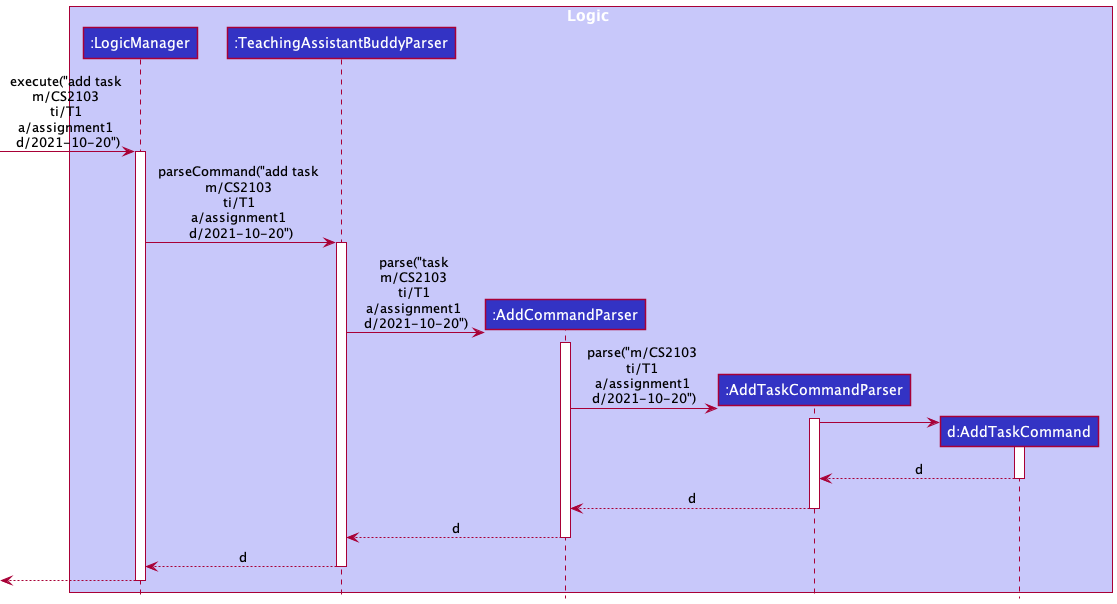
The PlantUML diagram docs/images/AddTaskSequenceDiagram1.png in nus-cs2103-AY2122S1/tp, before a commit. The source it was exported from:
```plantuml
@startuml
!include ../style.puml

box Logic LOGIC_COLOR_T1
participant ":LogicManager" as LogicManager LOGIC_COLOR
participant ":TeachingAssistantBuddyParser" as TeachingAssistantBuddyParser LOGIC_COLOR
participant ":AddCommandParser" as AddCommandParser LOGIC_COLOR
participant ":AddTaskCommandParser" as AddTaskCommandParser LOGIC_COLOR
participant "d:AddTaskCommand" as AddTaskCommand LOGIC_COLOR

end box

[-> LogicManager : execute("add task \nm/CS2103 \nti/T1 \na/assignment1 \nd/2021-10-20")
activate LogicManager

LogicManager -> TeachingAssistantBuddyParser : parseCommand("add task \nm/CS2103 \nti/T1 \na/assignment1 \nd/2021-10-20")
activate TeachingAssistantBuddyParser

create AddCommandParser
TeachingAssistantBuddyParser -> AddCommandParser : parse("task \nm/CS2103 \nti/T1 \na/assignment1 \nd/2021-10-20")
activate AddCommandParser

create AddTaskCommandParser
AddCommandParser -> AddTaskCommandParser : parse("m/CS2103 \nti/T1 \na/assignment1 \nd/2021-10-20")
activate AddTaskCommandParser

create AddTaskCommand
AddTaskCommandParser -> AddTaskCommand
activate AddTaskCommand

AddTaskCommand --> AddTaskCommandParser : d
deactivate AddTaskCommand

AddTaskCommandParser --> AddCommandParser : d
deactivate AddTaskCommandParser

AddCommandParser --> TeachingAssistantBuddyParser : d
deactivate AddCommandParser

TeachingAssistantBuddyParser --> LogicManager : d
deactivate TeachingAssistantBuddyParser


[<--LogicManager
deactivate LogicManager
@enduml
```
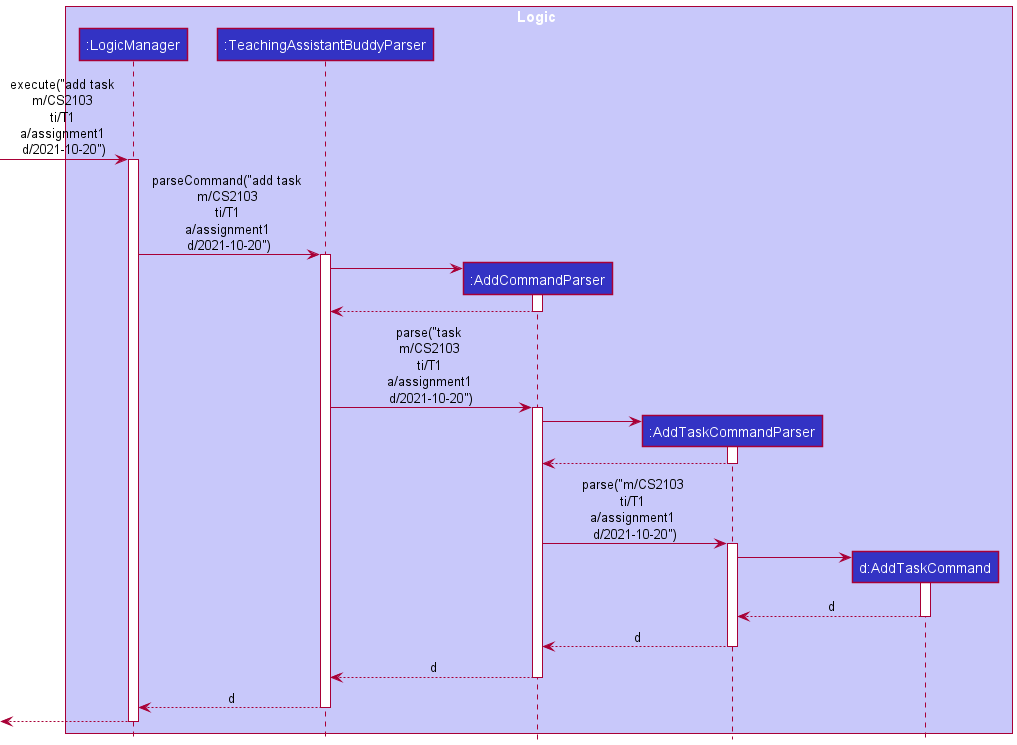
The same diagram one commit later.

Diff of the diagram source:
```diff
@@ -17,10 +17,21 @@
 activate TeachingAssistantBuddyParser
 
 create AddCommandParser
+TeachingAssistantBuddyParser -> AddCommandParser
+activate AddCommandParser
+
+AddCommandParser --> TeachingAssistantBuddyParser
+deactivate AddCommandParser
+
 TeachingAssistantBuddyParser -> AddCommandParser : parse("task \nm/CS2103 \nti/T1 \na/assignment1 \nd/2021-10-20")
 activate AddCommandParser
 
 create AddTaskCommandParser
+AddCommandParser -> AddTaskCommandParser
+activate AddTaskCommandParser
+AddTaskCommandParser --> AddCommandParser
+deactivate AddTaskCommandParser
+
 AddCommandParser -> AddTaskCommandParser : parse("m/CS2103 \nti/T1 \na/assignment1 \nd/2021-10-20")
 activate AddTaskCommandParser
 
```
